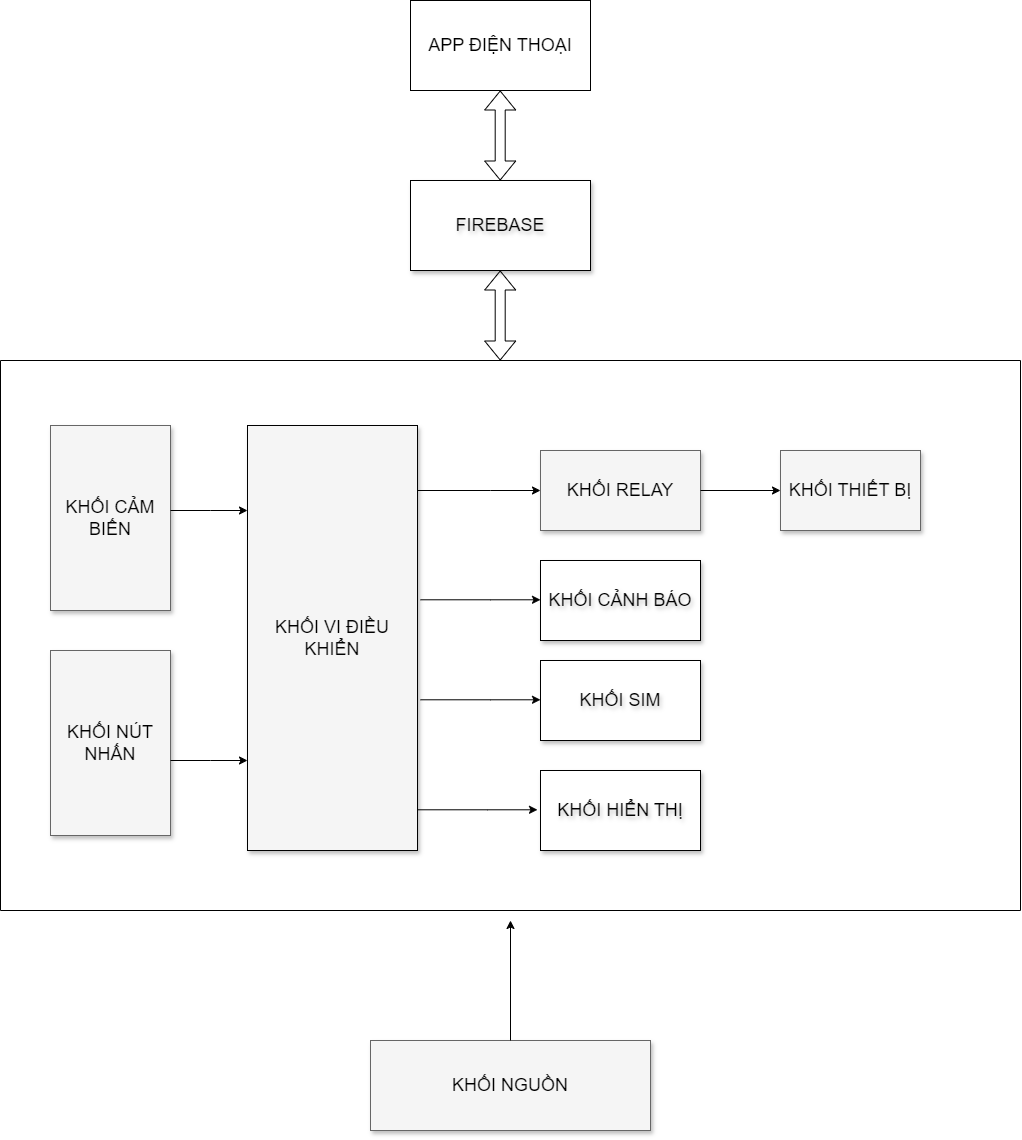
Above: block_diagram/Block_Diagram.drawio.png in imvietp/Final_Thesis (draw.io), before the change. Source tidied: cells renumbered, new cells last; positions are measured from the earlier drawing's top-left corner, leaving out a move shared by most shapes.
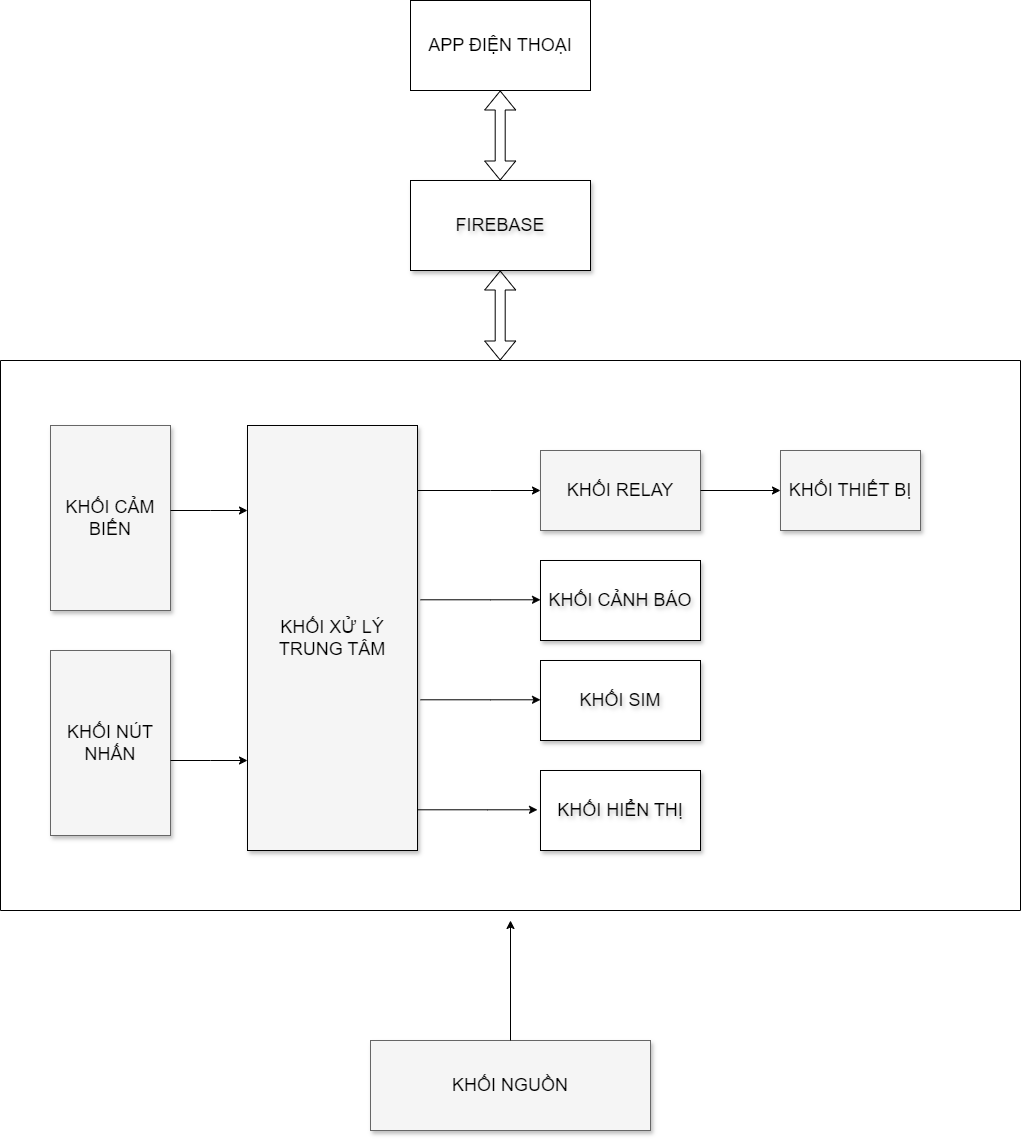
The same diagram one commit later.

The edit, as a diff of the source:
```diff
@@ -38,7 +38,7 @@
         </Array>
       </mxGeometry>
     </mxCell>
-    <mxCell id="12" value="KHỐI VI ĐIỀU KHIỂN" style="whiteSpace=wrap;html=1;shadow=1;fontSize=18;fillColor=#f5f5f5;strokeColor=default;" parent="5" vertex="1">
+    <mxCell id="12" value="KHỐI XỬ LÝ TRUNG TÂM" style="whiteSpace=wrap;html=1;shadow=1;fontSize=18;fillColor=#f5f5f5;strokeColor=default;" parent="5" vertex="1">
       <mxGeometry x="247" y="65" width="170" height="425" as="geometry" />
     </mxCell>
     <mxCell id="13" style="edgeStyle=elbowEdgeStyle;rounded=0;html=1;startArrow=none;startFill=0;jettySize=auto;fontSize=18;elbow=vertical;" parent="5" edge="1" source="12" target="6">
```
